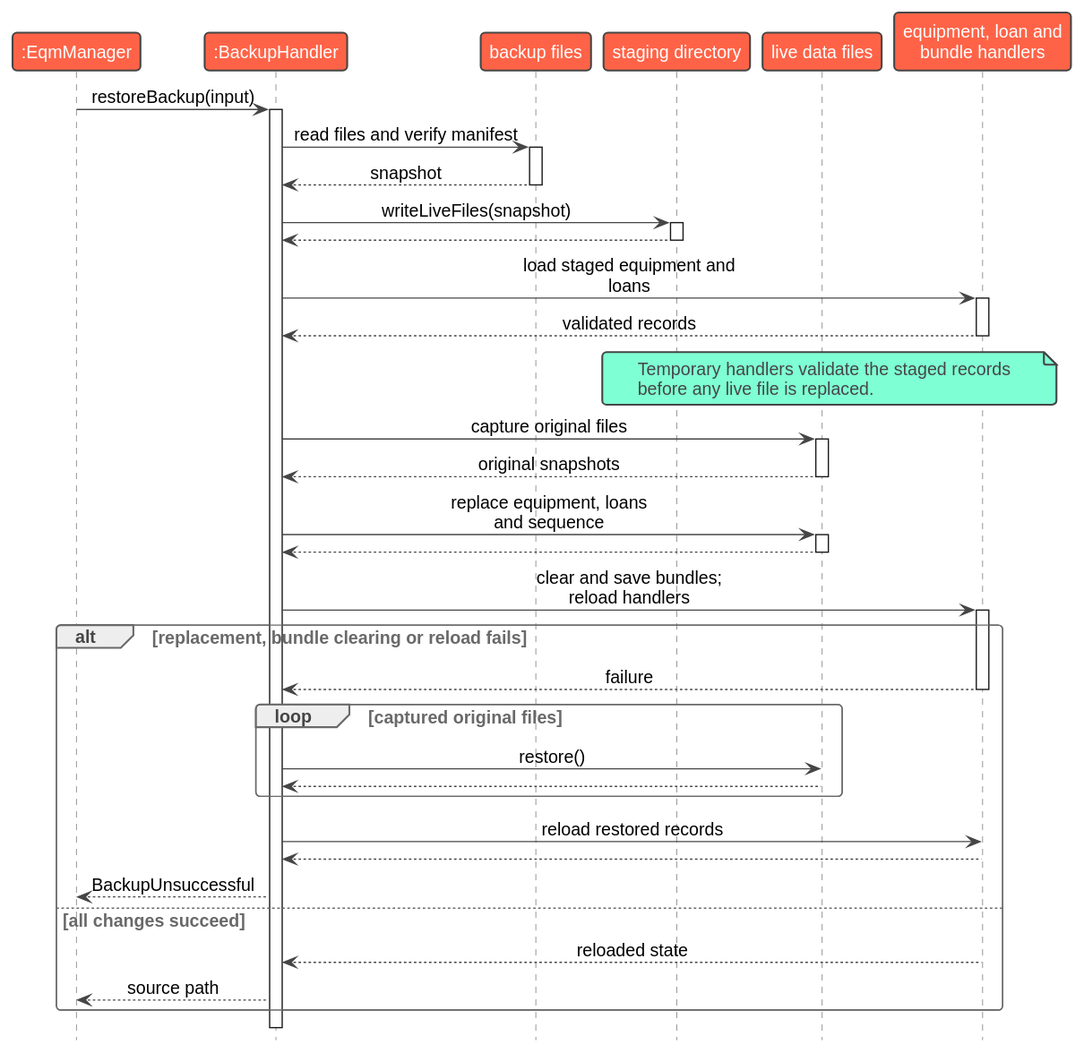
Before: docs/images/BackupRestoreSequence.svg, a diagram exported from PlantUML (AY2627S1-CS2113-W13-1/tp). Source of this version:
```plantuml
@startuml
!include style.puml
hide footbox
skinparam sequenceMessageAlign center
skinparam maxMessageSize 180

participant ":EqmManager" as Manager
participant ":BackupHandler" as Backup
participant "backup files" as Source
participant "staging directory" as Stage
participant "live data files" as Live
participant "equipment, loan and\nbundle handlers" as Handlers

Manager -> Backup: restoreBackup(input)
activate Backup
Backup -> Source: read files and verify manifest
activate Source
Source --> Backup: snapshot
deactivate Source
Backup -> Stage: writeLiveFiles(snapshot)
activate Stage
Stage --> Backup
deactivate Stage
Backup -> Handlers: load staged equipment and loans
activate Handlers
Handlers --> Backup: validated records
deactivate Handlers
note over Stage, Handlers
Temporary handlers validate the staged records
before any live file is replaced.
end note
Backup -> Live: capture original files
activate Live
Live --> Backup: original snapshots
deactivate Live
Backup -> Live: replace equipment, loans and sequence
activate Live
Live --> Backup
deactivate Live
Backup -> Handlers: clear and save bundles; reload handlers
activate Handlers
alt replacement, bundle clearing or reload fails
    Handlers --> Backup: failure
    deactivate Handlers
    loop captured original files
        Backup -> Live: restore()
        Live --> Backup
    end
    Backup -> Handlers: reload restored records
    Handlers --> Backup
    Backup --> Manager: BackupUnsuccessful
else all changes succeed
    Handlers --> Backup: reloaded state
    deactivate Handlers
    Backup --> Manager: source path
end
deactivate Backup
@enduml
```
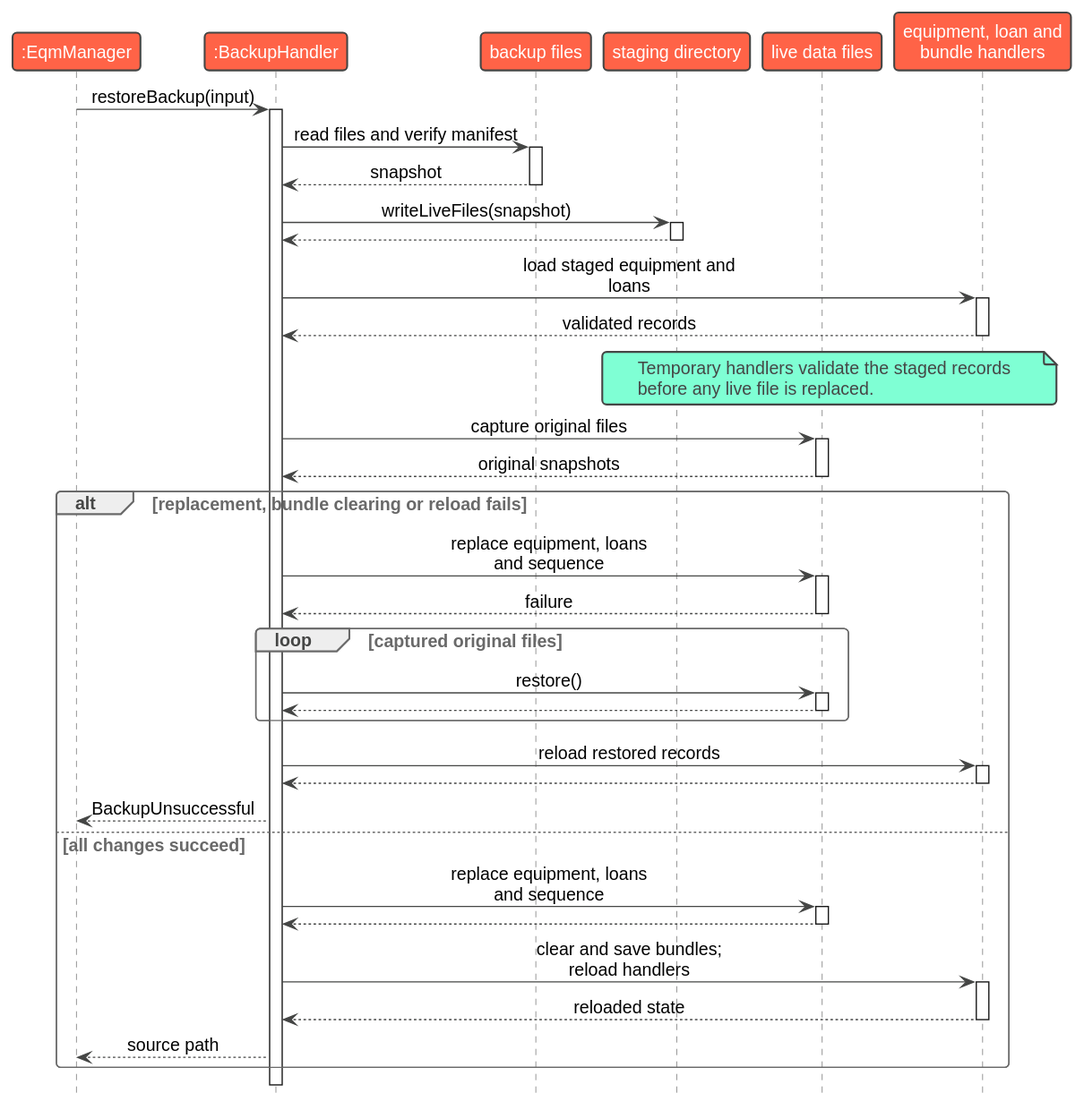
Later version of the same file.

The edit, as a diff of the source:
```diff
@@ -33,23 +33,29 @@
 activate Live
 Live --> Backup: original snapshots
 deactivate Live
-Backup -> Live: replace equipment, loans and sequence
-activate Live
-Live --> Backup
-deactivate Live
-Backup -> Handlers: clear and save bundles; reload handlers
-activate Handlers
 alt replacement, bundle clearing or reload fails
-    Handlers --> Backup: failure
-    deactivate Handlers
+    Backup -> Live: replace equipment, loans and sequence
+    activate Live
+    Live --> Backup: failure
+    deactivate Live
     loop captured original files
         Backup -> Live: restore()
+        activate Live
         Live --> Backup
+        deactivate Live
     end
     Backup -> Handlers: reload restored records
+    activate Handlers
     Handlers --> Backup
+    deactivate Handlers
     Backup --> Manager: BackupUnsuccessful
 else all changes succeed
+    Backup -> Live: replace equipment, loans and sequence
+    activate Live
+    Live --> Backup
+    deactivate Live
+    Backup -> Handlers: clear and save bundles; reload handlers
+    activate Handlers
     Handlers --> Backup: reloaded state
     deactivate Handlers
     Backup --> Manager: source path
```
